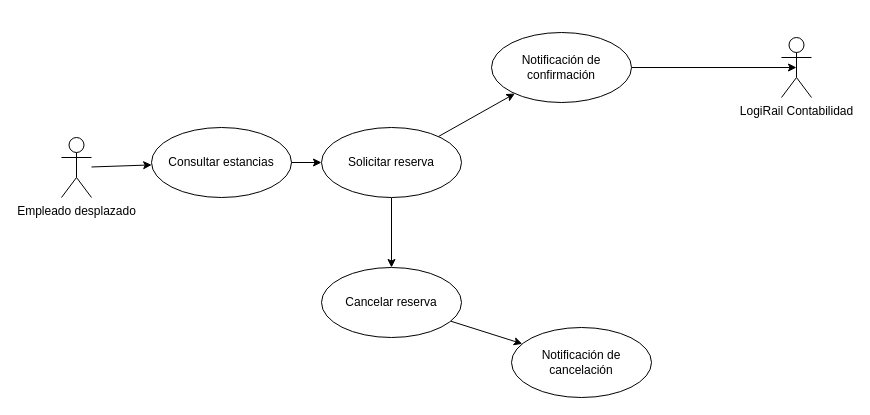
Earlier version of the draw.io diagram Diagramas/EmpleadoDesplazado.drawio (Yugurto7/Logirail-Project). Source tidied: cells renumbered, new cells numbered last; positions are measured from the earlier drawing's top-left corner, leaving out a move shared by most shapes. Both pictures are drawn from the tidied source at 100%, with x=0, y=0 at pixel (61, 32).
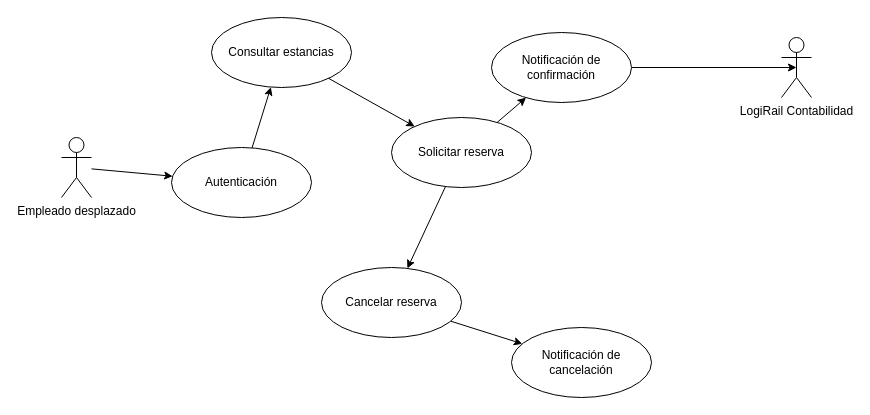
The same diagram, later.

Commit message (it also covers changes not shown here):
Diagramas actualizados

Change to the diagram source:
```diff
@@
 <mxGraphModel>
   <root>
     <mxCell id="0" />
     <mxCell id="1" parent="0" />
-    <mxCell id="2" style="edgeStyle=none;html=1;" parent="1" edge="1" source="3" target="4">
+    <mxCell id="2" style="edgeStyle=none;html=1;" parent="1" edge="1" source="3" target="15">
       <mxGeometry relative="1" as="geometry" />
     </mxCell>
     <mxCell id="3" value="Empleado desplazado" style="shape=umlActor;verticalLabelPosition=bottom;verticalAlign=top;html=1;" parent="1" vertex="1">
       <mxGeometry y="105" width="30" height="60" as="geometry" />
     </mxCell>
     <mxCell id="4" value="Consultar estancias" style="ellipse;whiteSpace=wrap;html=1;" parent="1" vertex="1">
-      <mxGeometry x="90" y="95" width="140" height="70" as="geometry" />
+      <mxGeometry x="150" y="-15" width="140" height="70" as="geometry" />
     </mxCell>
     <mxCell id="5" style="edgeStyle=none;html=1;" parent="1" edge="1" source="7" target="11">
       <mxGeometry relative="1" as="geometry" />
     </mxCell>
     <mxCell id="6" style="edgeStyle=none;html=1;" parent="1" edge="1" source="7" target="13">
       <mxGeometry relative="1" as="geometry" />
     </mxCell>
     <mxCell id="7" value="Solicitar reserva" style="ellipse;whiteSpace=wrap;html=1;" parent="1" vertex="1">
-      <mxGeometry x="260" y="95" width="140" height="70" as="geometry" />
+      <mxGeometry x="330" y="85" width="140" height="70" as="geometry" />
     </mxCell>
     <mxCell id="8" style="edgeStyle=none;html=1;" parent="1" edge="1" source="4" target="7">
       <mxGeometry relative="1" as="geometry" />
     </mxCell>
     <mxCell id="9" value="LogiRail Contabilidad" style="shape=umlActor;verticalLabelPosition=bottom;verticalAlign=top;html=1;" parent="1" vertex="1">
       <mxGeometry x="720" y="5" width="30" height="60" as="geometry" />
     </mxCell>
     <mxCell id="10" style="edgeStyle=none;html=1;" parent="1" edge="1" source="11" target="14">
       <mxGeometry relative="1" as="geometry" />
     </mxCell>
     <mxCell id="11" value="Cancelar reserva" style="ellipse;whiteSpace=wrap;html=1;" parent="1" vertex="1">
       <mxGeometry x="260" y="235" width="140" height="70" as="geometry" />
     </mxCell>
     <mxCell id="12" style="edgeStyle=none;html=1;entryX=0.5;entryY=0.5;entryDx=0;entryDy=0;entryPerimeter=0;" parent="1" edge="1" source="13" target="9">
       <mxGeometry relative="1" as="geometry" />
     </mxCell>
     <mxCell id="13" value="Notificación de confirmación" style="ellipse;whiteSpace=wrap;html=1;" parent="1" vertex="1">
       <mxGeometry x="430" width="140" height="70" as="geometry" />
     </mxCell>
     <mxCell id="14" value="Notificación de cancelación" style="ellipse;whiteSpace=wrap;html=1;" parent="1" vertex="1">
       <mxGeometry x="450" y="295" width="140" height="70" as="geometry" />
     </mxCell>
+    <mxCell id="15" value="Autenticación" style="ellipse;whiteSpace=wrap;html=1;" parent="1" vertex="1">
+      <mxGeometry x="110" y="115" width="140" height="70" as="geometry" />
+    </mxCell>
+    <mxCell id="16" style="edgeStyle=none;html=1;" parent="1" edge="1" source="15" target="4">
+      <mxGeometry relative="1" as="geometry" />
+    </mxCell>
   </root>
 </mxGraphModel>
```
